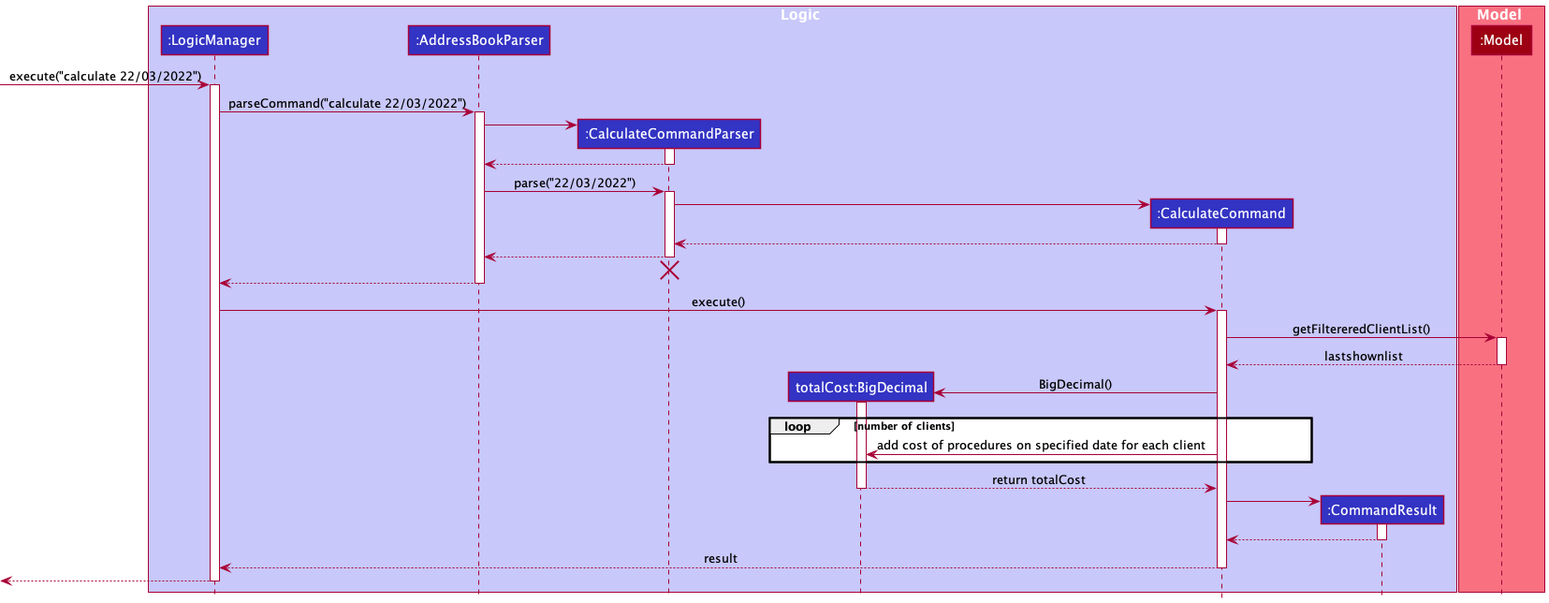
Above: docs/images/CalculateSequenceDiagram.png in robinrojh/tp (PlantUML), before the change.
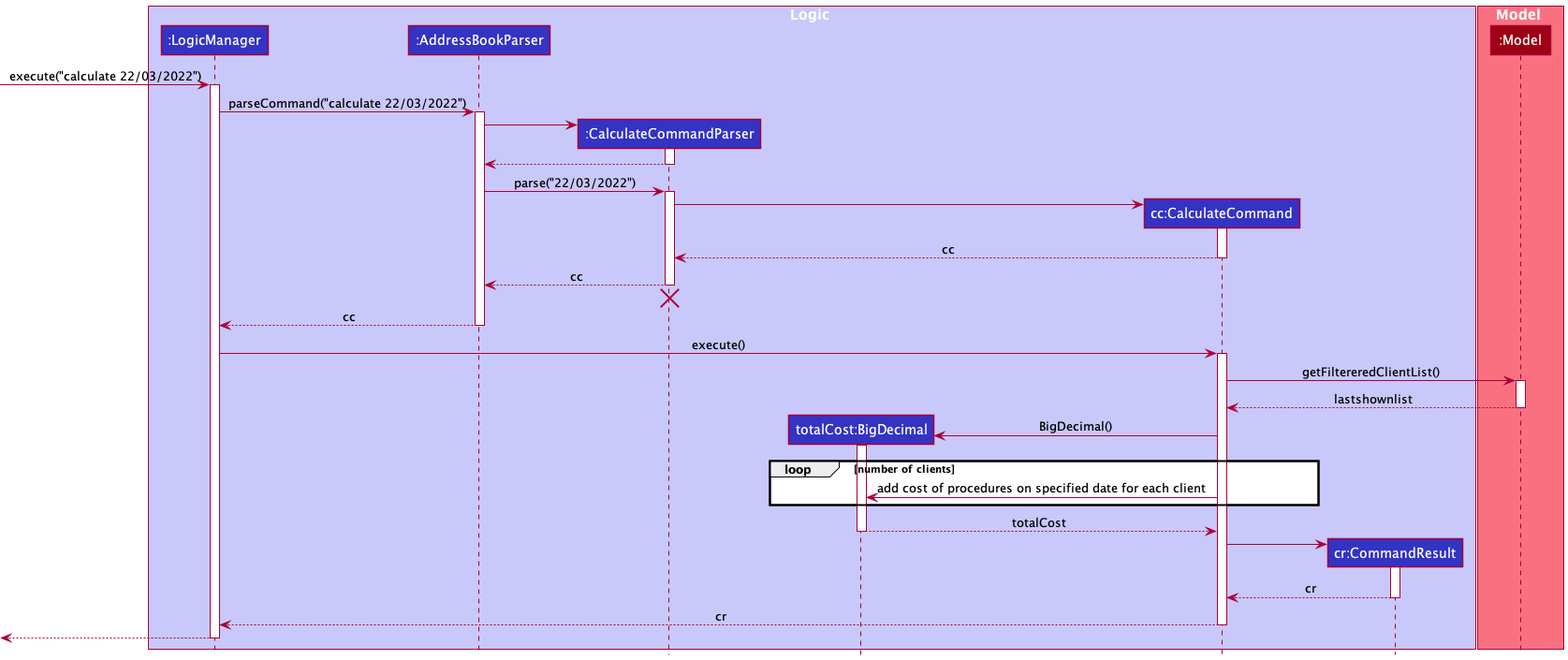
The same file after the commit.

The edit, as a diff of the source:
```diff
@@ -6,8 +6,8 @@
 participant ":AddressBookParser" as AddressBookParser LOGIC_COLOR
 participant ":CalculateCommandParser" as CalculateCommandParser LOGIC_COLOR
 participant "totalCost:BigDecimal" as totalCost LOGIC_COLOR
-participant ":CalculateCommand" as CalculateCommand LOGIC_COLOR
-participant ":CommandResult" as CommandResult LOGIC_COLOR
+participant "cc:CalculateCommand" as CalculateCommand LOGIC_COLOR
+participant "cr:CommandResult" as CommandResult LOGIC_COLOR
 end box
 
 box Model MODEL_COLOR_T1
@@ -34,15 +34,15 @@
 CalculateCommandParser -> CalculateCommand
 activate CalculateCommand
 
-CalculateCommand --> CalculateCommandParser :
+CalculateCommand --> CalculateCommandParser : cc
 deactivate CalculateCommand
 
-CalculateCommandParser --> AddressBookParser :
+CalculateCommandParser --> AddressBookParser : cc
 deactivate CalculateCommandParser
 CalculateCommandParser -[hidden]-> AddressBookParser
 destroy CalculateCommandParser
 
-AddressBookParser --> LogicManager :
+AddressBookParser --> LogicManager : cc
 deactivate AddressBookParser
 
 LogicManager -> CalculateCommand : execute()
@@ -62,7 +62,7 @@
 loop number of clients
 CalculateCommand -> totalCost : add cost of procedures on specified date for each client
 end
-totalCost --> CalculateCommand : return totalCost
+totalCost --> CalculateCommand : totalCost
 deactivate totalCost
 
 
@@ -71,13 +71,10 @@
 CalculateCommand -> CommandResult
 activate CommandResult
 
-
-
-
-CommandResult --> CalculateCommand
+CommandResult --> CalculateCommand :cr
 deactivate CommandResult
 
-CalculateCommand --> LogicManager : result
+CalculateCommand --> LogicManager : cr
 deactivate CalculateCommand
 
 [<--LogicManager
```
